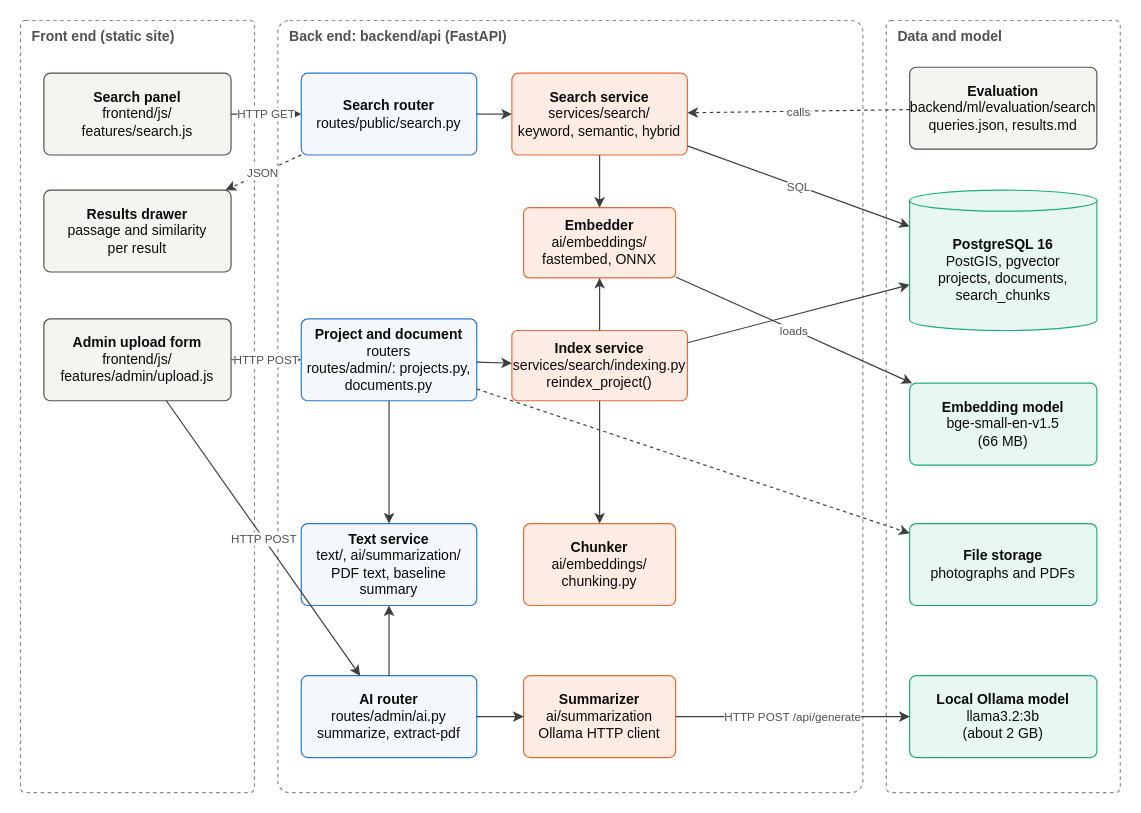
This is docs/architecture/diagrams/ai-component-diagram.drawio from AnshSatiish/thecharter, a draw.io file, before an edit. Source tidied: cells renumbered, new cells numbered last; positions are measured from the earlier drawing's top-left corner, leaving out a move shared by most shapes. Both pictures are drawn from the tidied source at 117%, with x=0, y=0 at pixel (20, 20).
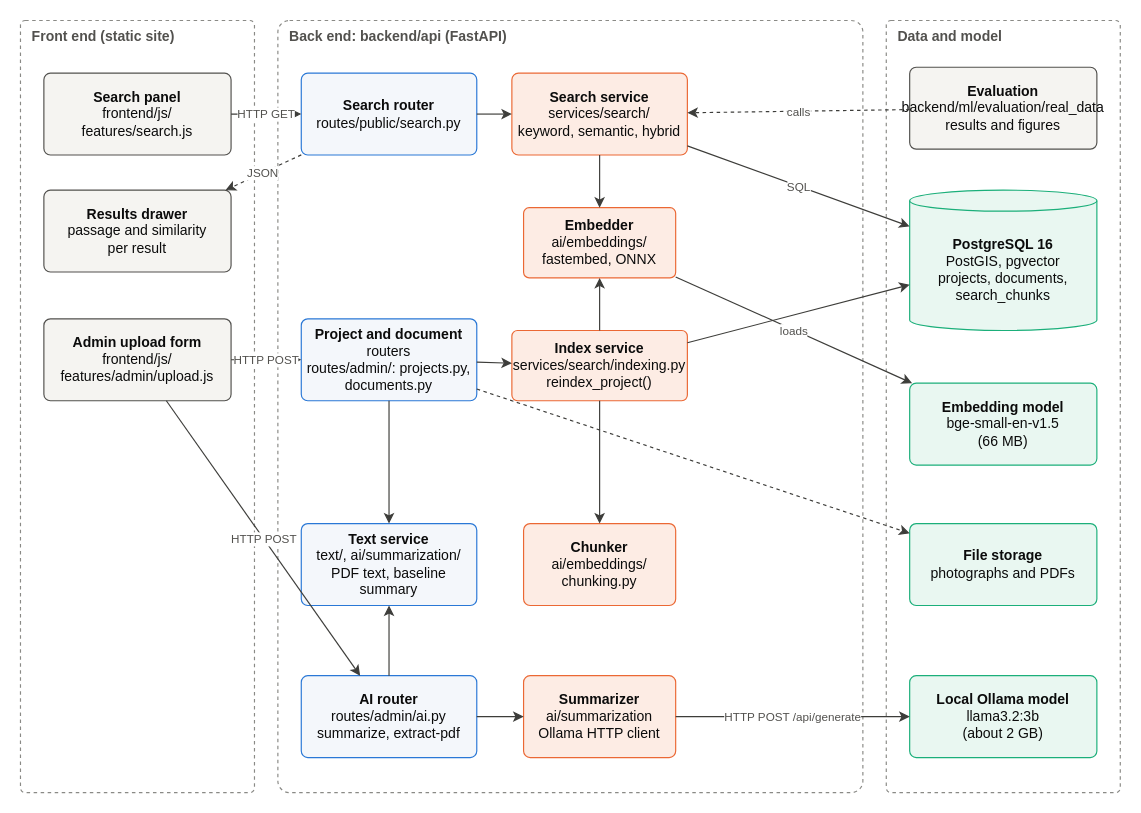
After the change.

The edit, as a diff of the source:
```diff
@@
-    <mxCell id="15" value="&lt;b&gt;Evaluation&lt;/b&gt;&lt;br&gt;backend/ml/evaluation/search&lt;br&gt;queries.json, results.md" style="rounded=1;arcSize=8;whiteSpace=wrap;html=1;fillColor=#f5f4f1;strokeColor=#52514e;fontColor=#0b0b0b;fontSize=12;" parent="1" vertex="1">
+    <mxCell id="15" value="&lt;b&gt;Evaluation&lt;/b&gt;&lt;br&gt;backend/ml/evaluation/real_data&lt;br&gt;results and figures" style="rounded=1;arcSize=8;whiteSpace=wrap;html=1;fillColor=#f5f4f1;strokeColor=#52514e;fontColor=#0b0b0b;fontSize=12;" parent="1" vertex="1">
       <mxGeometry x="760" y="40" width="160" height="70" as="geometry" />
     </mxCell>
```
